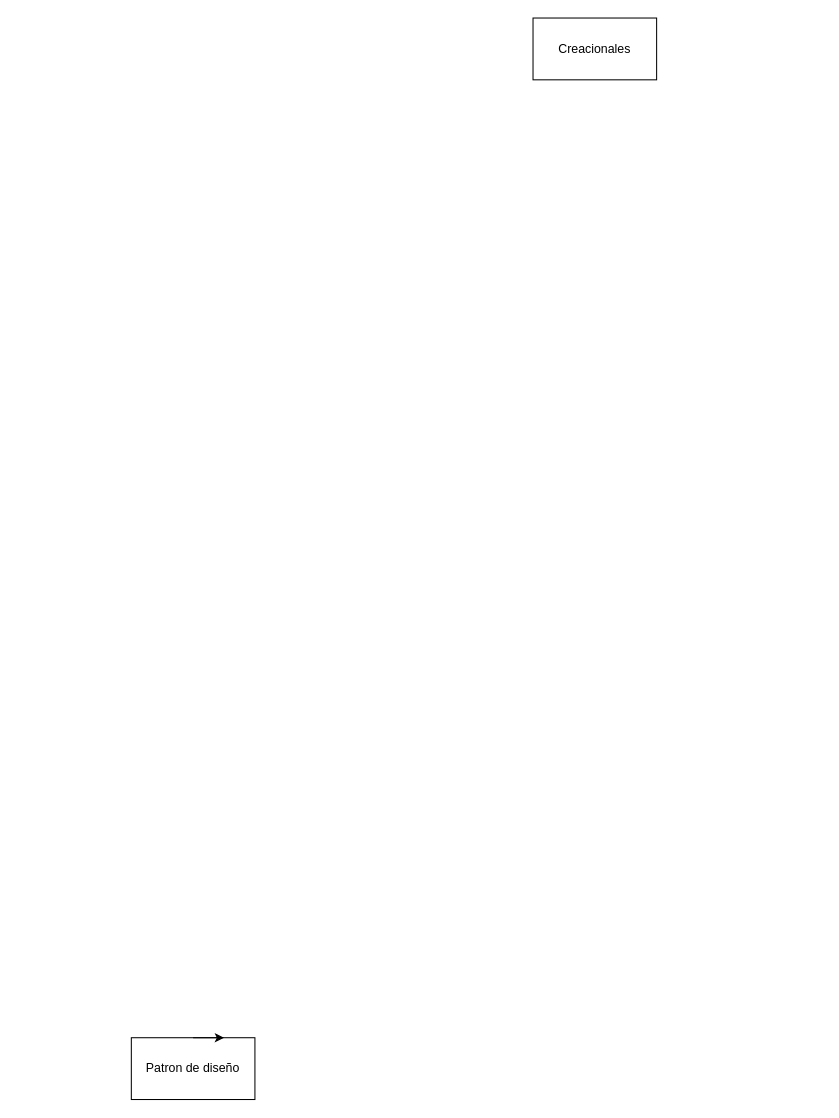
Before: PatronesDisegne.drawio in droidark/mental-maps, a draw.io diagram. Source tidied: cells renumbered, new cells numbered last; positions are measured from the earlier drawing's top-left corner, leaving out a move shared by most shapes. Both pictures are drawn from the tidied source at 103%, with x=0, y=0 at pixel (131, 18).
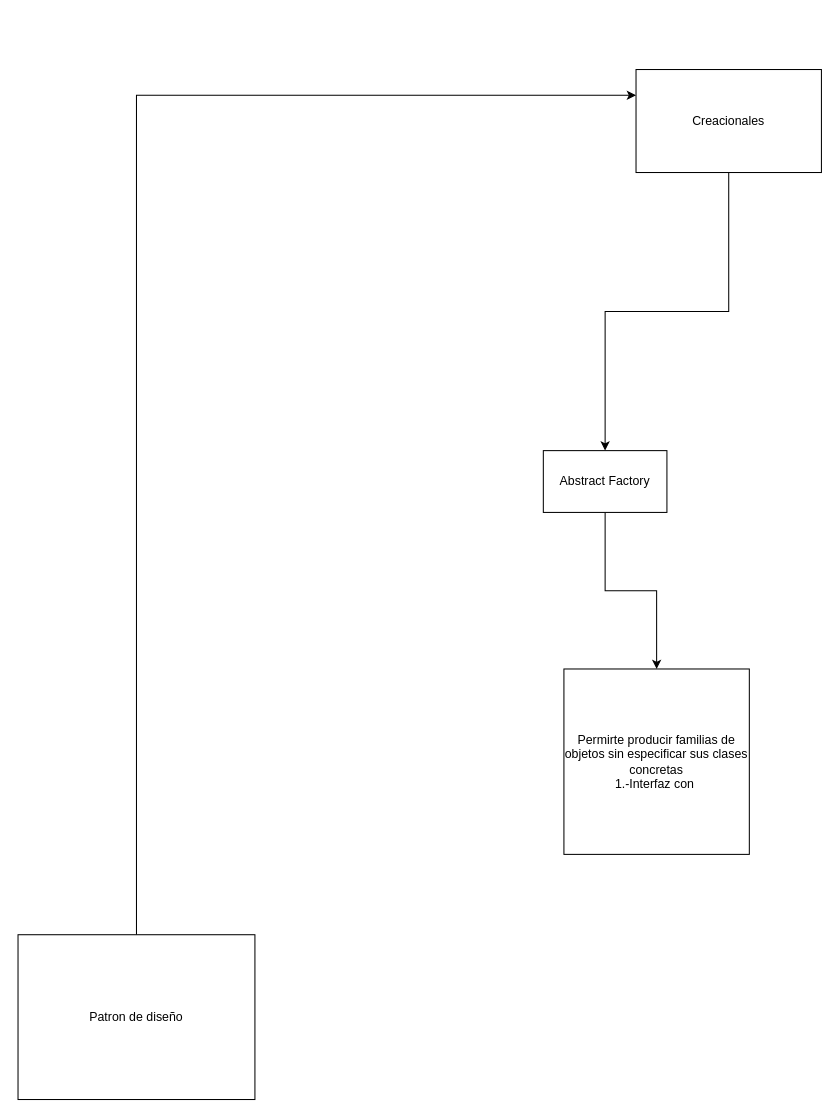
Above is the later version.

Change to the diagram source:
```diff
@@
 <mxGraphModel>
   <root>
     <mxCell id="0" />
     <mxCell id="1" parent="0" />
+    <mxCell id="5" style="edgeStyle=orthogonalEdgeStyle;rounded=0;jettySize=auto;html=1;exitX=0.5;exitY=0;exitDx=0;exitDy=0;entryX=0;entryY=0.25;entryDx=0;entryDy=0;" parent="1" edge="1" source="2" target="3">
+      <mxGeometry relative="1" as="geometry" />
+    </mxCell>
     <mxCell id="2" value="Patron de diseño" style="rounded=0;whiteSpace=wrap;html=1;" parent="1" vertex="1">
-      <mxGeometry y="990" width="120" height="60" as="geometry" />
+      <mxGeometry x="-110" y="890" width="230" height="160" as="geometry" />
     </mxCell>
+    <mxCell id="6" style="edgeStyle=orthogonalEdgeStyle;rounded=0;jettySize=auto;html=1;exitX=0.5;exitY=1;exitDx=0;exitDy=0;" parent="1" edge="1" source="3" target="8">
+      <mxGeometry relative="1" as="geometry" />
+    </mxCell>
     <mxCell id="3" value="Creacionales" style="rounded=0;whiteSpace=wrap;html=1;" parent="1" vertex="1">
-      <mxGeometry x="390" width="120" height="60" as="geometry" />
+      <mxGeometry x="490" y="50" width="180" height="100" as="geometry" />
     </mxCell>
-    <mxCell id="4" style="edgeStyle=orthogonalEdgeStyle;rounded=0;orthogonalLoop=1;jettySize=auto;html=1;exitX=0.5;exitY=0;exitDx=0;exitDy=0;entryX=0.75;entryY=0;entryDx=0;entryDy=0;" parent="1" edge="1" source="2" target="2">
-      <mxGeometry relative="1" as="geometry" />
-    </mxCell>
+    <mxCell id="7" style="edgeStyle=orthogonalEdgeStyle;rounded=0;jettySize=auto;html=1;exitX=0.5;exitY=1;exitDx=0;exitDy=0;entryX=0.5;entryY=0;entryDx=0;entryDy=0;" parent="1" edge="1" source="8" target="9">
+      <mxGeometry relative="1" as="geometry" />
+    </mxCell>
+    <mxCell id="8" value="Abstract Factory" style="rounded=0;whiteSpace=wrap;html=1;" parent="1" vertex="1">
+      <mxGeometry x="400" y="420" width="120" height="60" as="geometry" />
+    </mxCell>
+    <mxCell id="9" value="Permirte producir familias de objetos sin especificar sus clases concretas&lt;br&gt;1.-Interfaz con&amp;nbsp;" style="whiteSpace=wrap;html=1;" parent="1" vertex="1">
+      <mxGeometry x="420" y="632" width="180" height="180" as="geometry" />
+    </mxCell>
   </root>
 </mxGraphModel>
```
